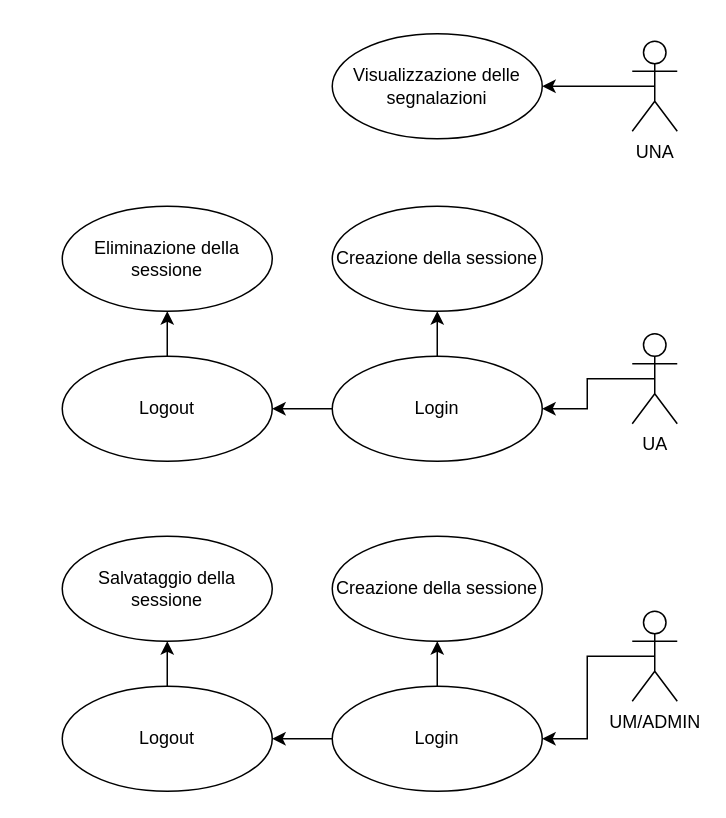
Earlier version of the draw.io diagram page "Gestione sessione" (3 of 12) of Copia di IS.drawio (LucaBarbolini/Prova1). Source tidied: cells renumbered, new cells numbered last; positions are measured from the earlier drawing's top-left corner, leaving out a move shared by most shapes. Both pictures are drawn from the tidied source at 150%, with x=0, y=0 at pixel (62, 33).
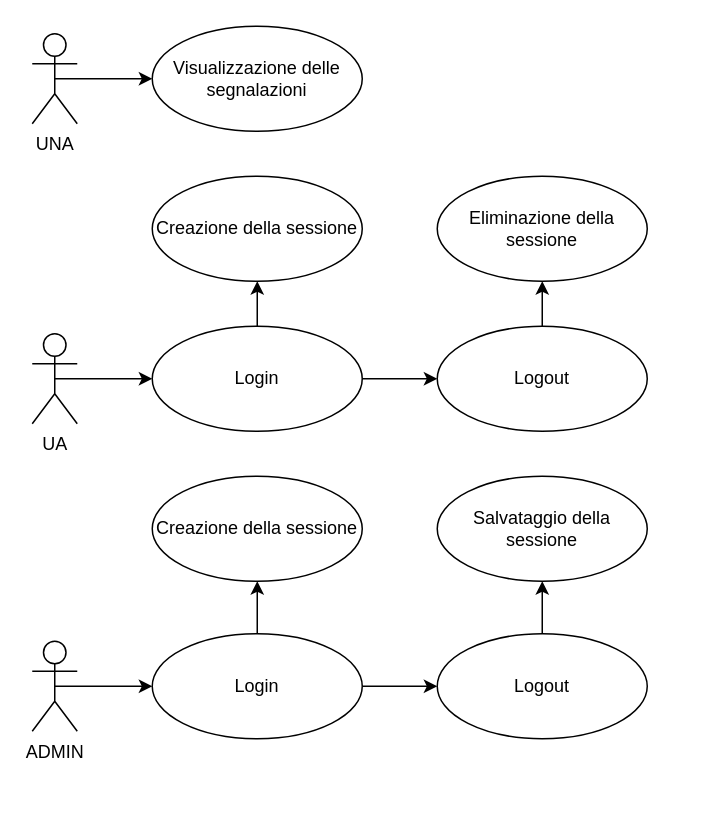
After the change.

What changed in the source:
```diff
@@
-    <mxCell id="2" style="edgeStyle=orthogonalEdgeStyle;rounded=0;jettySize=auto;html=1;exitX=0.5;exitY=0.5;exitDx=0;exitDy=0;exitPerimeter=0;entryX=1;entryY=0.5;entryDx=0;entryDy=0;" parent="1" edge="1" source="3" target="8">
+    <mxCell id="2" style="edgeStyle=orthogonalEdgeStyle;rounded=0;jettySize=auto;html=1;exitX=0.5;exitY=0.5;exitDx=0;exitDy=0;exitPerimeter=0;entryX=0;entryY=0.5;entryDx=0;entryDy=0;" parent="1" edge="1" source="3" target="8">
       <mxGeometry relative="1" as="geometry" />
     </mxCell>
     <mxCell id="3" value="UNA" style="shape=umlActor;verticalLabelPosition=bottom;verticalAlign=top;html=1;" parent="1" vertex="1">
-      <mxGeometry x="380" y="5" width="30" height="60" as="geometry" />
+      <mxGeometry x="-20" width="30" height="60" as="geometry" />
     </mxCell>
@@
     <mxCell id="5" value="UA" style="shape=umlActor;verticalLabelPosition=bottom;verticalAlign=top;html=1;" parent="1" vertex="1">
-      <mxGeometry x="380" y="200" width="30" height="60" as="geometry" />
+      <mxGeometry x="-20" y="200" width="30" height="60" as="geometry" />
     </mxCell>
-    <mxCell id="6" style="edgeStyle=orthogonalEdgeStyle;rounded=0;jettySize=auto;html=1;exitX=0.5;exitY=0.5;exitDx=0;exitDy=0;exitPerimeter=0;entryX=1;entryY=0.5;entryDx=0;entryDy=0;" parent="1" edge="1" source="7" target="18">
+    <mxCell id="6" style="edgeStyle=orthogonalEdgeStyle;rounded=0;jettySize=auto;html=1;exitX=0.5;exitY=0.5;exitDx=0;exitDy=0;exitPerimeter=0;entryX=0;entryY=0.5;entryDx=0;entryDy=0;" parent="1" edge="1" source="7" target="18">
       <mxGeometry relative="1" as="geometry" />
     </mxCell>
-    <mxCell id="7" value="UM/ADMIN" style="shape=umlActor;verticalLabelPosition=bottom;verticalAlign=top;html=1;" parent="1" vertex="1">
-      <mxGeometry x="380" y="385" width="30" height="60" as="geometry" />
+    <mxCell id="7" value="ADMIN" style="shape=umlActor;verticalLabelPosition=bottom;verticalAlign=top;html=1;" parent="1" vertex="1">
+      <mxGeometry x="-20" y="405" width="30" height="60" as="geometry" />
     </mxCell>
     <mxCell id="8" value="Visualizzazione delle segnalazioni" style="ellipse;whiteSpace=wrap;html=1;" parent="1" vertex="1">
-      <mxGeometry x="180" width="140" height="70" as="geometry" />
+      <mxGeometry x="60" y="-5" width="140" height="70" as="geometry" />
     </mxCell>
+    <mxCell id="10" style="edgeStyle=orthogonalEdgeStyle;rounded=0;jettySize=auto;html=1;exitX=0.5;exitY=1;exitDx=0;exitDy=0;entryX=0.5;entryY=1;entryDx=0;entryDy=0;" parent="1" edge="1" source="11" target="15">
+      <mxGeometry relative="1" as="geometry" />
+    </mxCell>
-    <mxCell id="9" style="edgeStyle=orthogonalEdgeStyle;rounded=0;jettySize=auto;html=1;exitX=0;exitY=0.5;exitDx=0;exitDy=0;entryX=1;entryY=0.5;entryDx=0;entryDy=0;" parent="1" edge="1" source="11" target="13">
+    <mxCell id="9" style="edgeStyle=orthogonalEdgeStyle;rounded=0;jettySize=auto;html=1;entryX=0;entryY=0.5;entryDx=0;entryDy=0;" parent="1" edge="1" source="11" target="13">
       <mxGeometry relative="1" as="geometry" />
     </mxCell>
-    <mxCell id="10" style="edgeStyle=orthogonalEdgeStyle;rounded=0;jettySize=auto;html=1;exitX=0.5;exitY=0;exitDx=0;exitDy=0;entryX=0.5;entryY=1;entryDx=0;entryDy=0;" parent="1" edge="1" source="11" target="15">
-      <mxGeometry relative="1" as="geometry" />
-    </mxCell>
-    <mxCell id="11" value="Login" style="ellipse;whiteSpace=wrap;html=1;" parent="1" vertex="1">
-      <mxGeometry x="180" y="215" width="140" height="70" as="geometry" />
+    <mxCell id="11" value="Login" style="ellipse;whiteSpace=wrap;html=1;direction=west;" parent="1" vertex="1">
+      <mxGeometry x="60" y="195" width="140" height="70" as="geometry" />
     </mxCell>
@@
     <mxCell id="13" value="Logout" style="ellipse;whiteSpace=wrap;html=1;" parent="1" vertex="1">
-      <mxGeometry y="215" width="140" height="70" as="geometry" />
+      <mxGeometry x="250" y="195" width="140" height="70" as="geometry" />
     </mxCell>
     <mxCell id="14" value="Eliminazione della sessione" style="ellipse;whiteSpace=wrap;html=1;" parent="1" vertex="1">
-      <mxGeometry y="115" width="140" height="70" as="geometry" />
+      <mxGeometry x="250" y="95" width="140" height="70" as="geometry" />
     </mxCell>
     <mxCell id="15" value="Creazione della sessione" style="ellipse;whiteSpace=wrap;html=1;" parent="1" vertex="1">
-      <mxGeometry x="180" y="115" width="140" height="70" as="geometry" />
+      <mxGeometry x="60" y="95" width="140" height="70" as="geometry" />
     </mxCell>
+    <mxCell id="17" style="edgeStyle=orthogonalEdgeStyle;rounded=0;jettySize=auto;html=1;exitX=0.5;exitY=0;exitDx=0;exitDy=0;entryX=0.5;entryY=1;entryDx=0;entryDy=0;" parent="1" edge="1" source="18" target="22">
+      <mxGeometry relative="1" as="geometry" />
+    </mxCell>
-    <mxCell id="16" style="edgeStyle=orthogonalEdgeStyle;rounded=0;jettySize=auto;html=1;exitX=0;exitY=0.5;exitDx=0;exitDy=0;entryX=1;entryY=0.5;entryDx=0;entryDy=0;" parent="1" edge="1" source="18" target="20">
+    <mxCell id="16" style="edgeStyle=orthogonalEdgeStyle;rounded=0;jettySize=auto;html=1;exitX=1;exitY=0.5;exitDx=0;exitDy=0;" parent="1" edge="1" source="18" target="20">
       <mxGeometry relative="1" as="geometry" />
     </mxCell>
-    <mxCell id="17" style="edgeStyle=orthogonalEdgeStyle;rounded=0;jettySize=auto;html=1;exitX=0.5;exitY=0;exitDx=0;exitDy=0;entryX=0.5;entryY=1;entryDx=0;entryDy=0;" parent="1" edge="1" source="18" target="22">
-      <mxGeometry relative="1" as="geometry" />
-    </mxCell>
     <mxCell id="18" value="Login" style="ellipse;whiteSpace=wrap;html=1;" parent="1" vertex="1">
-      <mxGeometry x="180" y="435" width="140" height="70" as="geometry" />
+      <mxGeometry x="60" y="400" width="140" height="70" as="geometry" />
     </mxCell>
@@
     <mxCell id="20" value="Logout" style="ellipse;whiteSpace=wrap;html=1;" parent="1" vertex="1">
-      <mxGeometry y="435" width="140" height="70" as="geometry" />
+      <mxGeometry x="250" y="400" width="140" height="70" as="geometry" />
     </mxCell>
     <mxCell id="21" value="Salvataggio della sessione" style="ellipse;whiteSpace=wrap;html=1;" parent="1" vertex="1">
-      <mxGeometry y="335" width="140" height="70" as="geometry" />
+      <mxGeometry x="250" y="295" width="140" height="70" as="geometry" />
     </mxCell>
     <mxCell id="22" value="Creazione della sessione" style="ellipse;whiteSpace=wrap;html=1;" parent="1" vertex="1">
-      <mxGeometry x="180" y="335" width="140" height="70" as="geometry" />
+      <mxGeometry x="60" y="295" width="140" height="70" as="geometry" />
     </mxCell>
```
